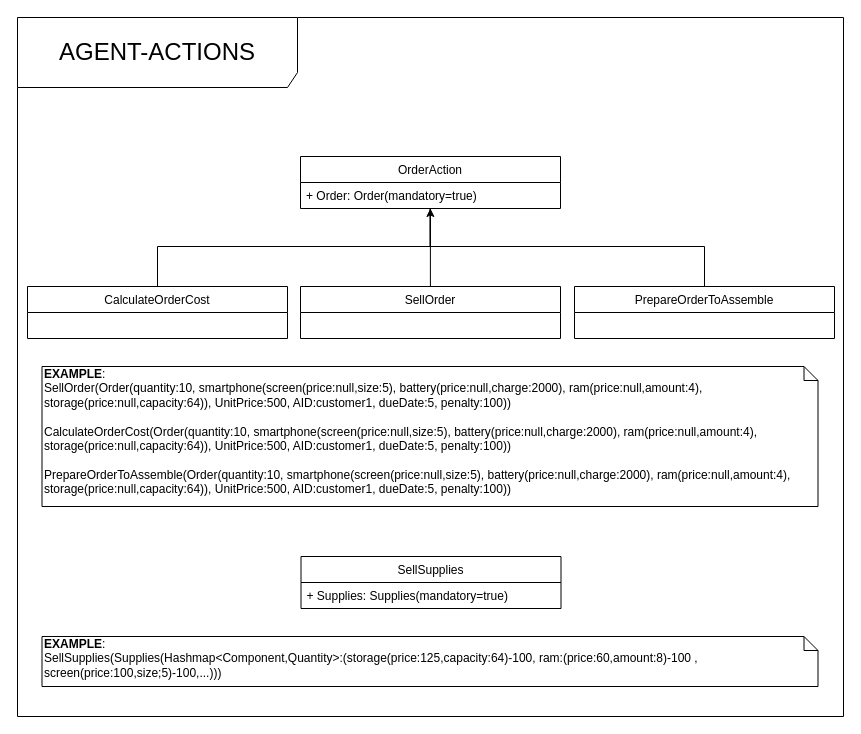
The draw.io diagram Coursework specification and diagrams/Ontology diagrams/AgentActions.drawio in MarcosGaming/Multi-Agent_Systems_Coursework, before the edit. Source tidied: cells renumbered, new cells numbered last; positions are measured from the earlier drawing's top-left corner, leaving out a move shared by most shapes. Both pictures are drawn from the tidied source at 100%, with x=0, y=0 at pixel (17, 17).
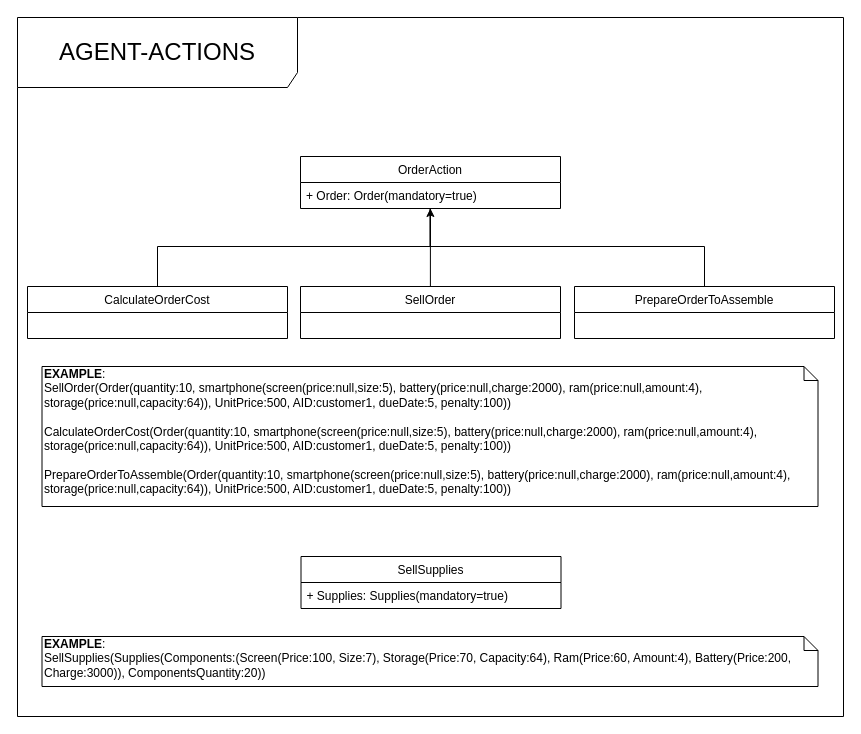
The same page after the edit.

The edit, as a diff of the source:
```diff
@@
 <mxGraphModel>
   <root>
     <mxCell id="0" />
     <mxCell id="1" parent="0" />
     <mxCell id="2" value="&lt;span style=&quot;font-size: 24px&quot;&gt;AGENT-ACTIONS&lt;/span&gt;" style="shape=umlFrame;whiteSpace=wrap;html=1;width=280;height=70;" parent="1" vertex="1">
       <mxGeometry width="826" height="699" as="geometry" />
     </mxCell>
     <mxCell id="3" style="edgeStyle=orthogonalEdgeStyle;rounded=0;orthogonalLoop=1;jettySize=auto;html=1;exitX=0.5;exitY=0;exitDx=0;exitDy=0;entryX=0.5;entryY=1;entryDx=0;entryDy=0;entryPerimeter=0;endArrow=classic;endFill=1;" parent="1" edge="1">
       <mxGeometry relative="1" as="geometry">
         <mxPoint x="412.9" y="269.1" as="sourcePoint" />
         <mxPoint x="412.9" y="191" as="targetPoint" />
       </mxGeometry>
     </mxCell>
     <mxCell id="4" value="SellOrder" style="swimlane;fontStyle=0;horizontal=1;startSize=26;fillColor=none;" parent="1" vertex="1">
       <mxGeometry x="283" y="269" width="260" height="52" as="geometry" />
     </mxCell>
     <mxCell id="5" value="&lt;b&gt;EXAMPLE&lt;/b&gt;:&lt;br&gt;SellOrder(Order(quantity:10, smartphone(screen(price:null,size:5), battery(price:null,charge:2000), ram(price:null,amount:4), storage(price:null,capacity:64)), UnitPrice:500, AID:customer1, dueDate:5, penalty:100))&lt;br&gt;&lt;br&gt;&lt;span style=&quot;text-align: center ; white-space: nowrap&quot;&gt;CalculateOrderCost&lt;/span&gt;(Order(quantity:10, smartphone(screen(price:null,size:5), battery(price:null,charge:2000), ram(price:null,amount:4), storage(price:null,capacity:64)), UnitPrice:500, AID:customer1, dueDate:5, penalty:100))&lt;br&gt;&lt;span style=&quot;text-align: center ; white-space: nowrap&quot;&gt;&lt;br&gt;PrepareOrderToAssemble&lt;/span&gt;(Order(quantity:10, smartphone(screen(price:null,size:5), battery(price:null,charge:2000), ram(price:null,amount:4), storage(price:null,capacity:64)), UnitPrice:500, AID:customer1, dueDate:5, penalty:100))" style="shape=note;whiteSpace=wrap;html=1;size=14;verticalAlign=top;align=left;spacingTop=-6;" parent="1" vertex="1">
       <mxGeometry x="24.5" y="349" width="776" height="140" as="geometry" />
     </mxCell>
     <mxCell id="6" style="edgeStyle=orthogonalEdgeStyle;rounded=0;jettySize=auto;html=1;exitX=0.5;exitY=0;exitDx=0;exitDy=0;entryX=0.498;entryY=1.019;entryDx=0;entryDy=0;entryPerimeter=0;endArrow=none;endFill=0;" parent="1" edge="1" source="7" target="14">
       <mxGeometry relative="1" as="geometry">
         <Array as="points">
           <mxPoint x="140" y="229" />
           <mxPoint x="413" y="229" />
         </Array>
       </mxGeometry>
     </mxCell>
     <mxCell id="7" value="CalculateOrderCost" style="swimlane;fontStyle=0;horizontal=1;startSize=26;fillColor=none;" parent="1" vertex="1">
       <mxGeometry x="10" y="269" width="260" height="52" as="geometry" />
     </mxCell>
     <mxCell id="8" value="SellSupplies" style="swimlane;fontStyle=0;horizontal=1;startSize=26;fillColor=none;" parent="1" vertex="1">
       <mxGeometry x="283.5" y="539" width="260" height="52" as="geometry" />
     </mxCell>
     <mxCell id="9" value="+ Supplies: Supplies(mandatory=true)" style="text;strokeColor=none;fillColor=none;align=left;verticalAlign=top;spacingLeft=4;spacingRight=4;overflow=hidden;" parent="8" vertex="1">
       <mxGeometry y="26" width="260" height="26" as="geometry" />
     </mxCell>
     <mxCell id="10" style="edgeStyle=orthogonalEdgeStyle;rounded=0;jettySize=auto;html=1;exitX=0.5;exitY=0;exitDx=0;exitDy=0;endArrow=none;endFill=0;entryX=0.5;entryY=1;entryDx=0;entryDy=0;" parent="1" edge="1" source="11" target="13">
       <mxGeometry relative="1" as="geometry">
         <Array as="points">
           <mxPoint x="687" y="229" />
           <mxPoint x="413" y="229" />
         </Array>
       </mxGeometry>
     </mxCell>
     <mxCell id="11" value="PrepareOrderToAssemble" style="swimlane;fontStyle=0;horizontal=1;startSize=26;fillColor=none;" parent="1" vertex="1">
       <mxGeometry x="557" y="269" width="260" height="52" as="geometry" />
     </mxCell>
-    <mxCell id="12" value="&lt;b&gt;EXAMPLE&lt;/b&gt;:&lt;br&gt;SellSupplies(Supplies(Hashmap&amp;lt;Component,Quantity&amp;gt;:(storage(price:125,capacity:64)-100, ram:(price:60,amount:8)-100 , screen(price:100,size;5)-100,...)))" style="shape=note;whiteSpace=wrap;html=1;size=14;verticalAlign=top;align=left;spacingTop=-6;" parent="1" vertex="1">
+    <mxCell id="12" value="&lt;b&gt;EXAMPLE&lt;/b&gt;:&lt;br&gt;SellSupplies(Supplies(Components:(Screen(Price:100, Size:7), Storage(Price:70, Capacity:64), Ram(Price:60, Amount:4), Battery(Price:200, Charge:3000)), ComponentsQuantity:20))" style="shape=note;whiteSpace=wrap;html=1;size=14;verticalAlign=top;align=left;spacingTop=-6;" parent="1" vertex="1">
       <mxGeometry x="24.5" y="619" width="776" height="50" as="geometry" />
     </mxCell>
     <mxCell id="13" value="OrderAction" style="swimlane;fontStyle=0;horizontal=1;startSize=26;fillColor=none;" parent="1" vertex="1">
       <mxGeometry x="283" y="139" width="260" height="52" as="geometry" />
     </mxCell>
     <mxCell id="14" value="+ Order: Order(mandatory=true)" style="text;strokeColor=none;fillColor=none;align=left;verticalAlign=top;spacingLeft=4;spacingRight=4;overflow=hidden;points=[[0,0.5],[1,0.5]];portConstraint=eastwest;" parent="13" vertex="1">
       <mxGeometry y="26" width="260" height="26" as="geometry" />
     </mxCell>
   </root>
 </mxGraphModel>
```
